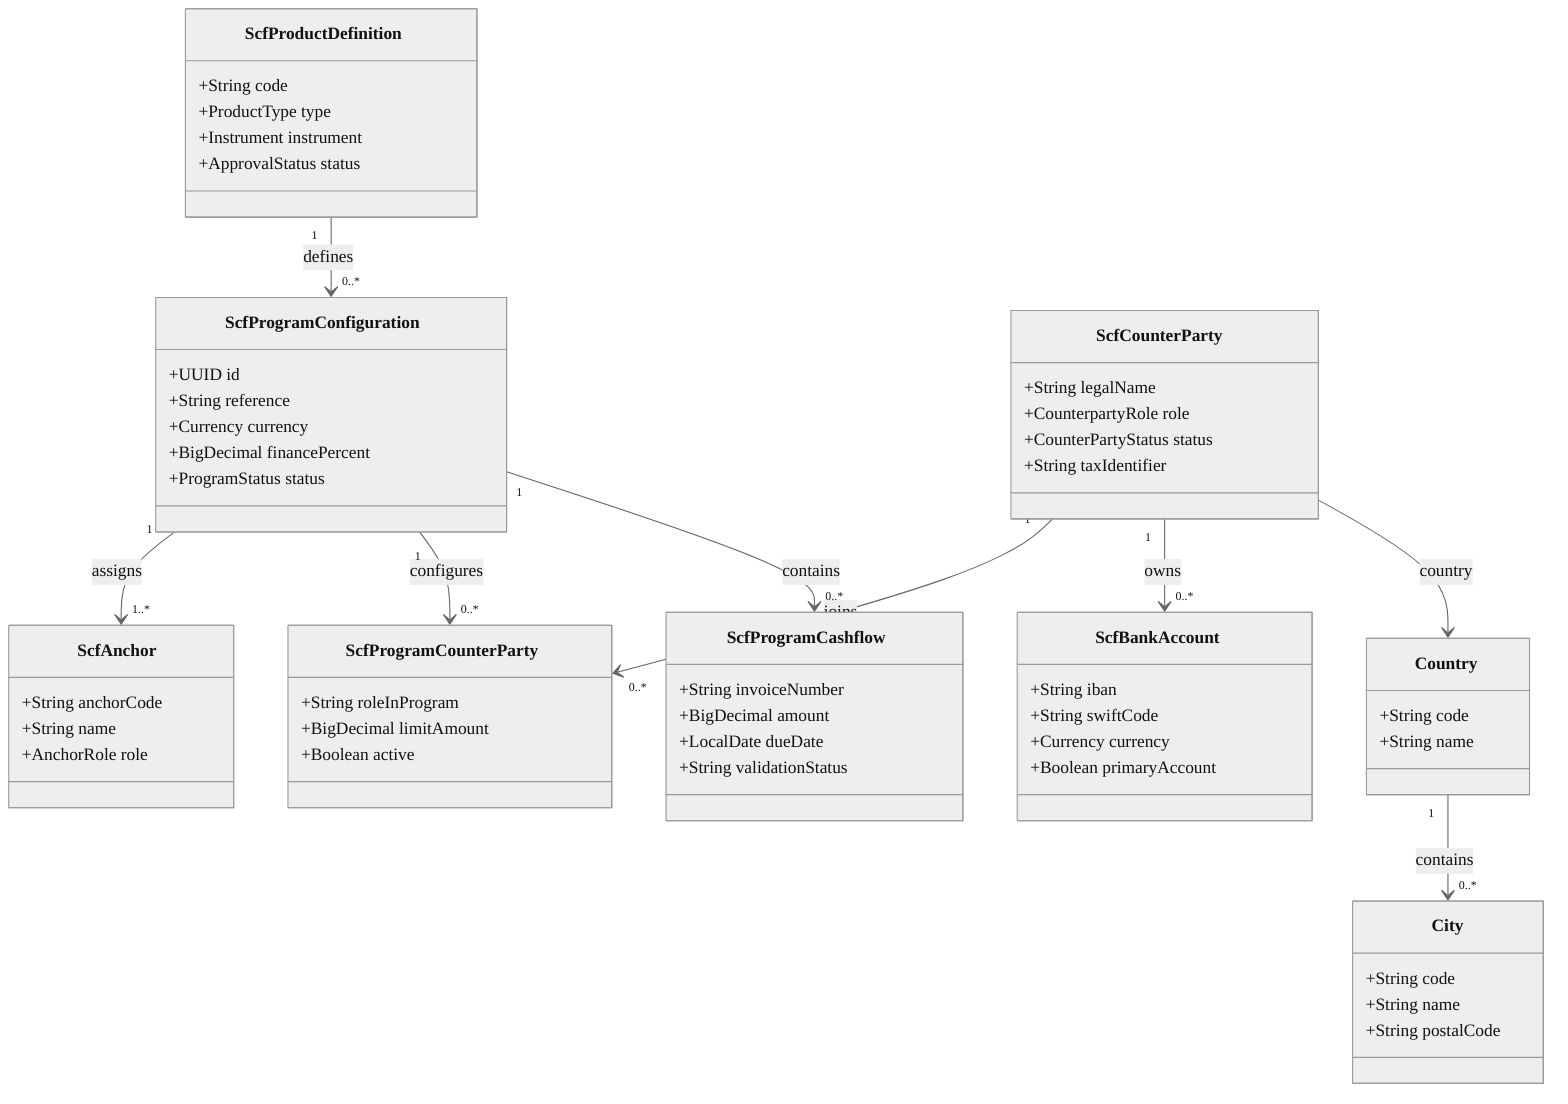
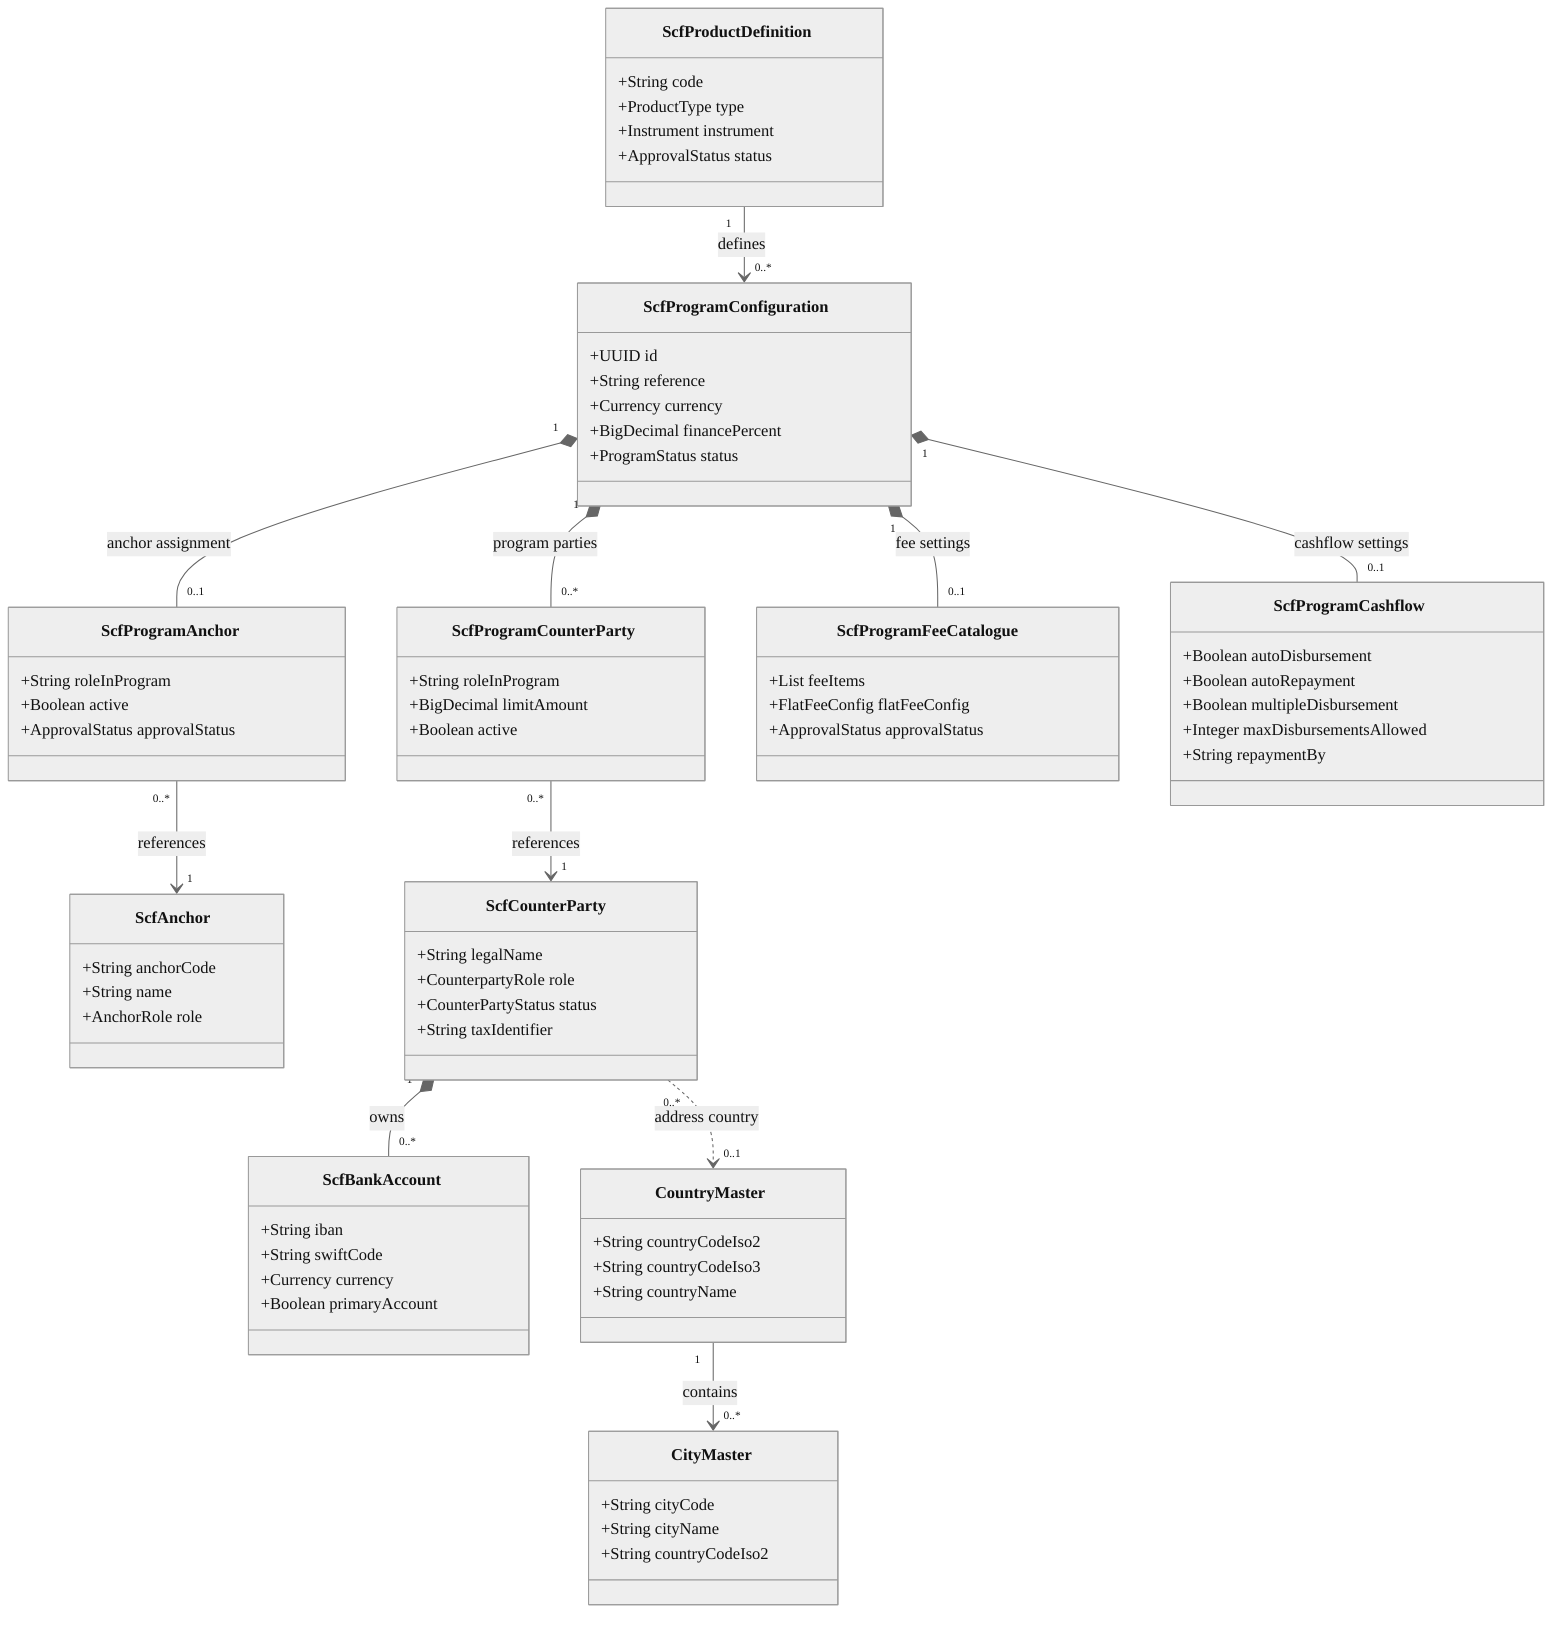
%%{init: { 'theme': 'neutral', 'themeVariables': { 'fontFamily': 'Inter, Roboto, Helvetica, sans-serif', 'fontSize': '16px', 'fontWeight': '500' } } }%%
classDiagram
    class ScfProductDefinition {
        +String code
        +ProductType type
        +Instrument instrument
        +ApprovalStatus status
    }
    class ScfProgramConfiguration {
        +UUID id
        +String reference
        +Currency currency
        +BigDecimal financePercent
        +ProgramStatus status
+     }
+     class ScfProgramAnchor {
+         +String roleInProgram
+         +Boolean active
+         +ApprovalStatus approvalStatus
    }
    class ScfAnchor {
        +String anchorCode
        +String name
        +AnchorRole role
    }
    class ScfCounterParty {
        +String legalName
        +CounterpartyRole role
        +CounterPartyStatus status
        +String taxIdentifier
    }
    class ScfProgramCounterParty {
        +String roleInProgram
        +BigDecimal limitAmount
        +Boolean active
    }
    class ScfBankAccount {
        +String iban
        +String swiftCode
        +Currency currency
        +Boolean primaryAccount
    }
+     class ScfProgramFeeCatalogue {
+         +List feeItems
+         +FlatFeeConfig flatFeeConfig
+         +ApprovalStatus approvalStatus
+     }
    class ScfProgramCashflow {
-         +String invoiceNumber
-         +BigDecimal amount
-         +LocalDate dueDate
-         +String validationStatus
+         +Boolean autoDisbursement
+         +Boolean autoRepayment
+         +Boolean multipleDisbursement
+         +Integer maxDisbursementsAllowed
+         +String repaymentBy
    }
-     class Country {
-         +String code
-         +String name
+     class CountryMaster {
+         +String countryCodeIso2
+         +String countryCodeIso3
+         +String countryName
    }
-     class City {
-         +String code
-         +String name
-         +String postalCode
+     class CityMaster {
+         +String cityCode
+         +String cityName
+         +String countryCodeIso2
    }
    ScfProductDefinition "1" --> "0..*" ScfProgramConfiguration : defines
-     ScfProgramConfiguration "1" --> "1..*" ScfAnchor : assigns
-     ScfProgramConfiguration "1" --> "0..*" ScfProgramCounterParty : configures
-     ScfCounterParty "1" --> "0..*" ScfProgramCounterParty : joins
-     ScfCounterParty "1" --> "0..*" ScfBankAccount : owns
-     ScfProgramConfiguration "1" --> "0..*" ScfProgramCashflow : contains
-     Country "1" --> "0..*" City : contains
-     ScfCounterParty --> Country : country
+     ScfProgramConfiguration "1" *-- "0..1" ScfProgramAnchor : anchor assignment
+     ScfProgramAnchor "0..*" --> "1" ScfAnchor : references
+     ScfProgramConfiguration "1" *-- "0..*" ScfProgramCounterParty : program parties
+     ScfProgramCounterParty "0..*" --> "1" ScfCounterParty : references
+     ScfCounterParty "1" *-- "0..*" ScfBankAccount : owns
+     ScfProgramConfiguration "1" *-- "0..1" ScfProgramCashflow : cashflow settings
+     ScfProgramConfiguration "1" *-- "0..1" ScfProgramFeeCatalogue : fee settings
+     CountryMaster "1" --> "0..*" CityMaster : contains
+     ScfCounterParty "0..*" ..> "0..1" CountryMaster : address country
